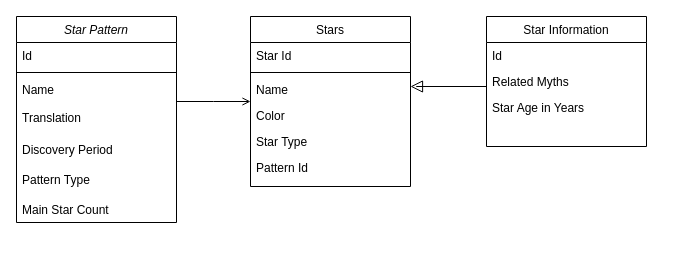
This is Starlit_One_Diagram.drawio from Palgur-Github/Starlit_One--An_Astronomical_Catalog_Application, a draw.io file, before an edit. Source tidied: cells renumbered, new cells numbered last; positions are measured from the earlier drawing's top-left corner, leaving out a move shared by most shapes. Both pictures are drawn from the tidied source at 100%, with x=0, y=0 at pixel (16, 16).
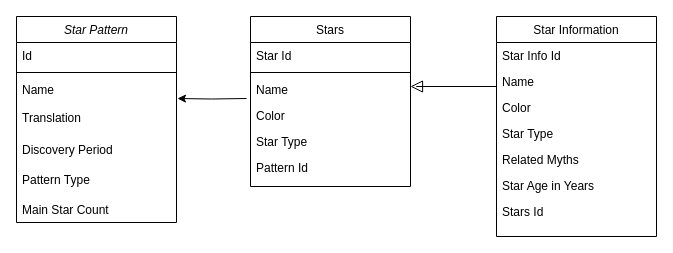
Above is the later version.

Unchanged cells that the change refers to:
```xml
<mxCell id="2" value="Star Pattern" style="swimlane;fontStyle=2;align=center;verticalAlign=top;horizontal=1;startSize=26;rounded=0;shadow=0;strokeWidth=1;" parent="1" vertex="1">
  <mxGeometry width="160" height="206" as="geometry" />
</mxCell>
<mxCell id="5" value="Name" style="text;align=left;verticalAlign=top;spacingLeft=4;spacingRight=4;overflow=hidden;points=[[0,0.5],[1,0.5]];portConstraint=eastwest;rounded=0;shadow=0;html=0;" parent="2" vertex="1">
  <mxGeometry y="60" width="160" height="28" as="geometry" />
</mxCell>
<mxCell id="15" value="Stars" style="swimlane;fontStyle=0;align=center;verticalAlign=top;horizontal=1;startSize=26;rounded=0;shadow=0;strokeWidth=1;" parent="1" vertex="1">
  <mxGeometry x="234" width="160" height="170" as="geometry" />
</mxCell>
```

Change to the diagram source:
```diff
@@
     <mxCell id="10" value="Star Information" style="swimlane;fontStyle=0;align=center;verticalAlign=top;horizontal=1;startSize=26;rounded=0;shadow=0;strokeWidth=1;" parent="1" vertex="1">
-      <mxGeometry x="470" width="160" height="130" as="geometry" />
+      <mxGeometry x="480" width="160" height="220" as="geometry" />
     </mxCell>
-    <mxCell id="11" value="Id" style="text;align=left;verticalAlign=top;spacingLeft=4;spacingRight=4;overflow=hidden;rounded=0;shadow=0;html=0;" parent="10" vertex="1">
+    <mxCell id="11" value="Star Info Id" style="text;align=left;verticalAlign=top;spacingLeft=4;spacingRight=4;overflow=hidden;rounded=0;shadow=0;html=0;" parent="10" vertex="1">
       <mxGeometry y="26" width="160" height="26" as="geometry" />
     </mxCell>
+    <mxCell id="23" value="Name" style="text;align=left;verticalAlign=top;spacingLeft=4;spacingRight=4;overflow=hidden;rounded=0;shadow=0;html=0;" parent="10" vertex="1">
+      <mxGeometry y="52" width="160" height="26" as="geometry" />
+    </mxCell>
+    <mxCell id="24" value="Color" style="text;align=left;verticalAlign=top;spacingLeft=4;spacingRight=4;overflow=hidden;rounded=0;shadow=0;html=0;" parent="10" vertex="1">
+      <mxGeometry y="78" width="160" height="26" as="geometry" />
+    </mxCell>
+    <mxCell id="25" value="Star Type" style="text;align=left;verticalAlign=top;spacingLeft=4;spacingRight=4;overflow=hidden;rounded=0;shadow=0;html=0;" parent="10" vertex="1">
+      <mxGeometry y="104" width="160" height="26" as="geometry" />
+    </mxCell>
     <mxCell id="12" value="Related Myths" style="text;align=left;verticalAlign=top;spacingLeft=4;spacingRight=4;overflow=hidden;" parent="10" vertex="1">
-      <mxGeometry y="52" width="160" height="26" as="geometry" />
+      <mxGeometry y="130" width="160" height="26" as="geometry" />
     </mxCell>
     <mxCell id="13" value="Star Age in Years" style="text;align=left;verticalAlign=top;spacingLeft=4;spacingRight=4;overflow=hidden;rounded=0;shadow=0;html=0;" parent="10" vertex="1">
-      <mxGeometry y="78" width="160" height="26" as="geometry" />
+      <mxGeometry y="156" width="160" height="26" as="geometry" />
     </mxCell>
+    <mxCell id="26" value="Stars Id" style="text;align=left;verticalAlign=top;spacingLeft=4;spacingRight=4;overflow=hidden;" parent="10" vertex="1">
+      <mxGeometry y="182" width="160" height="26" as="geometry" />
+    </mxCell>
@@
+    <mxCell id="27" style="edgeStyle=orthogonalEdgeStyle;rounded=0;jettySize=auto;html=1;entryX=1.006;entryY=0.786;entryDx=0;entryDy=0;entryPerimeter=0;" parent="1" edge="1" target="5">
+      <mxGeometry relative="1" as="geometry">
+        <mxPoint x="230" y="82" as="sourcePoint" />
+      </mxGeometry>
+    </mxCell>
@@
-    <mxCell id="22" style="endArrow=open;shadow=0;strokeWidth=1;rounded=0;curved=0;endFill=1;edgeStyle=elbowEdgeStyle;elbow=vertical;" parent="1" edge="1" source="2" target="15">
-      <mxGeometry x="0.5" y="41" relative="1" as="geometry">
-        <mxPoint x="-40" y="32" as="offset" />
-      </mxGeometry>
-    </mxCell>
```
